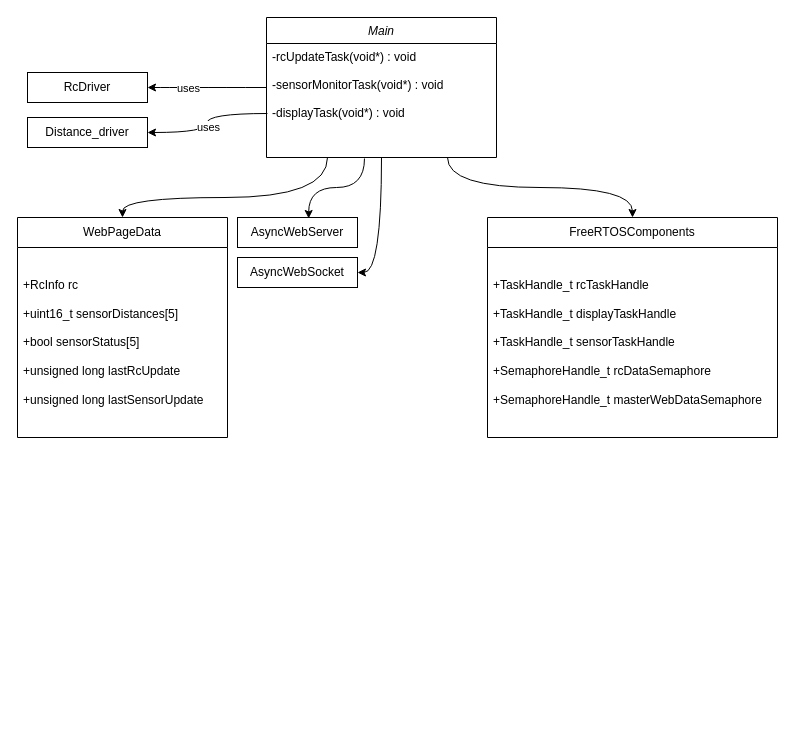
Earlier version of the draw.io diagram umlDiagram/MainApp.drawio (JoanICG/Collision_avoidance_module_for_UAV). Source tidied: cells renumbered, new cells numbered last; positions are measured from the earlier drawing's top-left corner, leaving out a move shared by most shapes. Both pictures are drawn from the tidied source at 100%, with x=0, y=0 at pixel (17, 17).
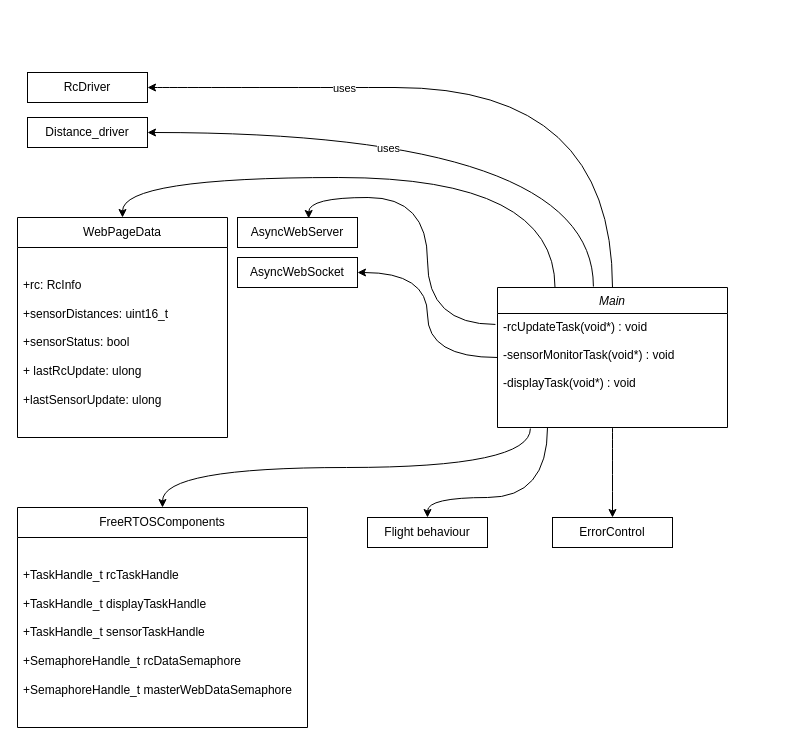
Above is the later version.

Unchanged cells that the change refers to:
```xml
<mxCell id="10" value="-rcUpdateTask(void*) : void&#10;&#10;-sensorMonitorTask(void*) : void&#10;&#10;-displayTask(void*) : void" style="text;align=left;verticalAlign=top;spacingLeft=4;spacingRight=4;overflow=hidden;points=[[0,0.5],[1,0.5]];portConstraint=eastwest;" parent="9" vertex="1">
  <mxGeometry y="26" width="230" height="114" as="geometry" />
</mxCell>
<mxCell id="12" value="Distance_driver" style="rounded=0;whiteSpace=wrap;html=1;" parent="1" vertex="1">
  <mxGeometry x="10" y="100" width="120" height="30" as="geometry" />
</mxCell>
<mxCell id="13" value="WebPageData" style="swimlane;fontStyle=0;horizontal=1;startSize=30;whiteSpace=wrap;html=1;" parent="1" vertex="1">
  <mxGeometry y="200" width="210" height="220" as="geometry" />
</mxCell>
<mxCell id="17" value="AsyncWebServer" style="rounded=0;whiteSpace=wrap;html=1;" parent="1" vertex="1">
  <mxGeometry x="220" y="200" width="120" height="30" as="geometry" />
</mxCell>
```

Change to the diagram source:
```diff
@@
-    <mxCell id="4" style="edgeStyle=orthogonalEdgeStyle;rounded=0;jettySize=auto;html=1;entryX=1;entryY=0.5;entryDx=0;entryDy=0;curved=1;exitX=0.004;exitY=0.614;exitDx=0;exitDy=0;exitPerimeter=0;" parent="1" edge="1" source="10" target="12">
+    <mxCell id="4" style="edgeStyle=orthogonalEdgeStyle;rounded=0;jettySize=auto;html=1;entryX=1;entryY=0.5;entryDx=0;entryDy=0;curved=1;exitX=0.417;exitY=-0.007;exitDx=0;exitDy=0;exitPerimeter=0;" parent="1" edge="1" source="9" target="12">
       <mxGeometry relative="1" as="geometry" />
     </mxCell>
     <mxCell id="5" value="uses" style="edgeLabel;html=1;align=center;verticalAlign=middle;" parent="4" vertex="1">
-      <mxGeometry x="0.07" y="1" relative="1" as="geometry" />
+      <mxGeometry x="0.07" y="1" relative="1" as="geometry">
+        <mxPoint x="-38" y="14" as="offset" />
+      </mxGeometry>
     </mxCell>
-    <mxCell id="6" style="edgeStyle=orthogonalEdgeStyle;rounded=0;jettySize=auto;html=1;entryX=0.5;entryY=0;entryDx=0;entryDy=0;curved=1;" parent="1" edge="1" source="9" target="13">
+    <mxCell id="6" style="edgeStyle=orthogonalEdgeStyle;rounded=0;jettySize=auto;html=1;entryX=0.5;entryY=0;entryDx=0;entryDy=0;curved=1;exitX=0.25;exitY=0;exitDx=0;exitDy=0;" parent="1" edge="1" source="9" target="13">
       <mxGeometry relative="1" as="geometry">
         <Array as="points">
-          <mxPoint x="310" y="180" />
-          <mxPoint x="105" y="180" />
+          <mxPoint x="537" y="160" />
+          <mxPoint x="105" y="160" />
         </Array>
       </mxGeometry>
     </mxCell>
-    <mxCell id="7" style="edgeStyle=orthogonalEdgeStyle;rounded=0;jettySize=auto;html=1;entryX=0.5;entryY=0;entryDx=0;entryDy=0;curved=1;exitX=0.787;exitY=1;exitDx=0;exitDy=0;exitPerimeter=0;" parent="1" edge="1" source="10" target="15">
+    <mxCell id="7" style="edgeStyle=orthogonalEdgeStyle;rounded=0;jettySize=auto;html=1;entryX=0.5;entryY=0;entryDx=0;entryDy=0;curved=1;exitX=0.143;exitY=1.009;exitDx=0;exitDy=0;exitPerimeter=0;" parent="1" edge="1" source="10" target="15">
       <mxGeometry relative="1" as="geometry" />
     </mxCell>
@@
+    <mxCell id="20" style="edgeStyle=orthogonalEdgeStyle;rounded=0;jettySize=auto;html=1;entryX=0.5;entryY=0;entryDx=0;entryDy=0;curved=1;" parent="1" edge="1" source="9" target="22">
+      <mxGeometry relative="1" as="geometry">
+        <Array as="points">
+          <mxPoint x="530" y="480" />
+          <mxPoint x="410" y="480" />
+        </Array>
+      </mxGeometry>
+    </mxCell>
+    <mxCell id="21" style="edgeStyle=orthogonalEdgeStyle;rounded=0;jettySize=auto;html=1;entryX=0.5;entryY=0;entryDx=0;entryDy=0;curved=1;" parent="1" edge="1" source="9" target="23">
+      <mxGeometry relative="1" as="geometry" />
+    </mxCell>
     <mxCell id="9" value="Main" style="swimlane;fontStyle=2;align=center;verticalAlign=top;horizontal=1;startSize=26;rounded=0;shadow=0;strokeWidth=1;" parent="1" vertex="1">
-      <mxGeometry x="249" width="230" height="140" as="geometry" />
+      <mxGeometry x="480" y="270" width="230" height="140" as="geometry" />
     </mxCell>
@@
-    <mxCell id="14" value="&lt;div&gt;&lt;span style=&quot;background-color: transparent; color: light-dark(rgb(0, 0, 0), rgb(255, 255, 255));&quot;&gt;+RcInfo rc&lt;/span&gt;&lt;/div&gt;&lt;div&gt;&lt;br&gt;&lt;/div&gt;&lt;div&gt;+uint16_t sensorDistances[5]&lt;/div&gt;&lt;div&gt;&lt;br&gt;&lt;/div&gt;&lt;div&gt;+bool sensorStatus[5]&lt;/div&gt;&lt;div&gt;&lt;br&gt;&lt;/div&gt;&lt;div&gt;+unsigned long lastRcUpdate&lt;/div&gt;&lt;div&gt;&lt;br&gt;&lt;/div&gt;&lt;div&gt;+unsigned long lastSensorUpdate&lt;/div&gt;" style="text;strokeColor=none;fillColor=none;align=left;verticalAlign=middle;spacingLeft=4;spacingRight=4;overflow=hidden;whiteSpace=wrap;html=1;" parent="13" vertex="1">
+    <mxCell id="14" value="&lt;div&gt;&lt;span style=&quot;background-color: transparent; color: light-dark(rgb(0, 0, 0), rgb(255, 255, 255));&quot;&gt;+rc:&amp;nbsp;&lt;/span&gt;&lt;span style=&quot;background-color: transparent; color: light-dark(rgb(0, 0, 0), rgb(255, 255, 255));&quot;&gt;RcInfo&lt;/span&gt;&lt;span style=&quot;background-color: transparent; color: light-dark(rgb(0, 0, 0), rgb(255, 255, 255));&quot;&gt;&amp;nbsp;&lt;/span&gt;&lt;/div&gt;&lt;div&gt;&lt;br&gt;&lt;/div&gt;&lt;div&gt;+sensorDistances:&amp;nbsp;&lt;span style=&quot;background-color: transparent; color: light-dark(rgb(0, 0, 0), rgb(255, 255, 255));&quot;&gt;uint16_t&lt;/span&gt;&lt;span style=&quot;background-color: transparent; color: light-dark(rgb(0, 0, 0), rgb(255, 255, 255));&quot;&gt;&amp;nbsp;&lt;/span&gt;&lt;/div&gt;&lt;div&gt;&lt;br&gt;&lt;/div&gt;&lt;div&gt;+sensorStatus:&amp;nbsp;&lt;span style=&quot;background-color: transparent; color: light-dark(rgb(0, 0, 0), rgb(255, 255, 255));&quot;&gt;bool&lt;/span&gt;&lt;span style=&quot;background-color: transparent; color: light-dark(rgb(0, 0, 0), rgb(255, 255, 255));&quot;&gt;&amp;nbsp;&lt;/span&gt;&lt;/div&gt;&lt;div&gt;&lt;br&gt;&lt;/div&gt;&lt;div&gt;+ lastRcUpdate: u&lt;span style=&quot;background-color: transparent; color: light-dark(rgb(0, 0, 0), rgb(255, 255, 255));&quot;&gt;long&lt;/span&gt;&lt;/div&gt;&lt;div&gt;&lt;br&gt;&lt;/div&gt;&lt;div&gt;+lastSensorUpdate:&amp;nbsp;&lt;span style=&quot;background-color: transparent; color: light-dark(rgb(0, 0, 0), rgb(255, 255, 255));&quot;&gt;ulong&lt;/span&gt;&lt;/div&gt;" style="text;strokeColor=none;fillColor=none;align=left;verticalAlign=middle;spacingLeft=4;spacingRight=4;overflow=hidden;whiteSpace=wrap;html=1;" parent="13" vertex="1">
       <mxGeometry y="30" width="210" height="190" as="geometry" />
     </mxCell>
     <mxCell id="15" value="&lt;div&gt;FreeRTOSComponents&lt;/div&gt;" style="swimlane;fontStyle=0;horizontal=1;startSize=30;whiteSpace=wrap;html=1;" parent="1" vertex="1">
-      <mxGeometry x="470" y="200" width="290" height="220" as="geometry" />
+      <mxGeometry y="490" width="290" height="220" as="geometry" />
     </mxCell>
@@
-    <mxCell id="19" style="edgeStyle=orthogonalEdgeStyle;rounded=0;jettySize=auto;html=1;entryX=0.593;entryY=0.033;entryDx=0;entryDy=0;entryPerimeter=0;curved=1;exitX=0.426;exitY=1.009;exitDx=0;exitDy=0;exitPerimeter=0;" parent="1" edge="1" source="10" target="17">
+    <mxCell id="19" style="edgeStyle=orthogonalEdgeStyle;rounded=0;jettySize=auto;html=1;entryX=0.593;entryY=0.033;entryDx=0;entryDy=0;entryPerimeter=0;curved=1;exitX=-0.009;exitY=0.096;exitDx=0;exitDy=0;exitPerimeter=0;" parent="1" edge="1" source="10" target="17">
       <mxGeometry relative="1" as="geometry" />
     </mxCell>
+    <mxCell id="22" value="Flight behaviour" style="rounded=0;whiteSpace=wrap;html=1;" parent="1" vertex="1">
+      <mxGeometry x="350" y="500" width="120" height="30" as="geometry" />
+    </mxCell>
+    <mxCell id="23" value="ErrorControl" style="rounded=0;whiteSpace=wrap;html=1;" parent="1" vertex="1">
+      <mxGeometry x="535" y="500" width="120" height="30" as="geometry" />
+    </mxCell>
```
